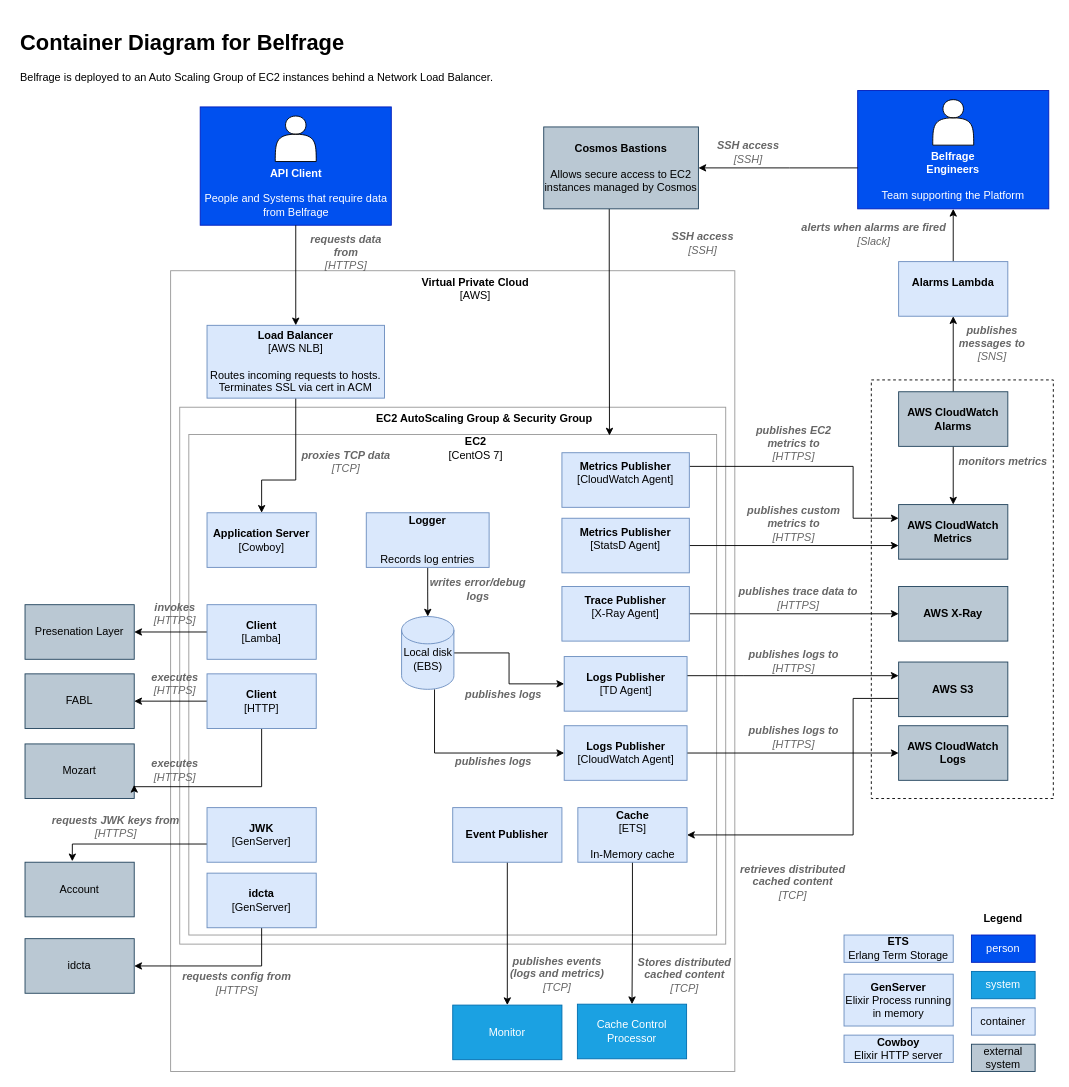
Earlier version of the draw.io diagram docs/source/architecture/c4-level-2.drawio (tracy-o/learning-day). Source tidied: cells renumbered, new cells numbered last; positions are measured from the earlier drawing's top-left corner, leaving out a move shared by most shapes. Both pictures are drawn from the tidied source at 91%, with x=0, y=0 at pixel (15, 25).
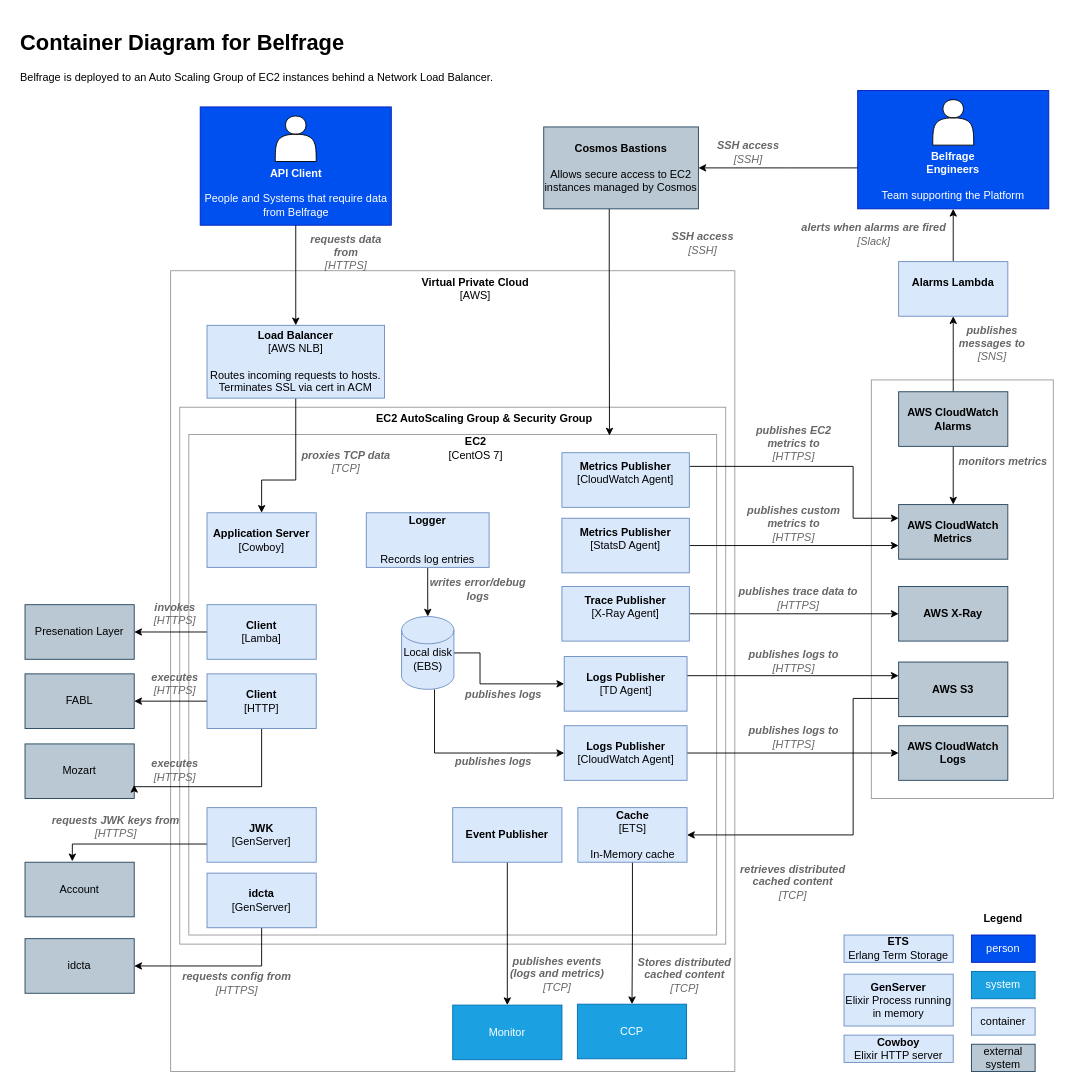
After the change.

Commit message (it also covers changes not shown here):
Correct CCP naming and add link to AWS on level1 C4 diagram

The change refers to these unchanged cells:
```xml
<mxCell id="21" value="&lt;br&gt;Local disk&lt;br&gt;(EBS)" style="shape=cylinder2;whiteSpace=wrap;html=1;boundedLbl=1;backgroundOutline=1;size=15;fillColor=#dae8fc;strokeColor=#6c8ebf;" parent="1" vertex="1">
  <mxGeometry x="423.8" y="650" width="57.5" height="80" as="geometry" />
</mxCell>
<mxCell id="33" value="&lt;b&gt;Logs Publisher&lt;/b&gt;&lt;br&gt;[TD Agent]" style="rounded=0;whiteSpace=wrap;html=1;fillColor=#dae8fc;strokeColor=#6c8ebf;" parent="1" vertex="1">
  <mxGeometry x="602.5" y="694" width="135" height="60" as="geometry" />
</mxCell>
```

Diff of the diagram source:
```diff
@@
-    <mxCell id="10" style="rounded=0;whiteSpace=wrap;html=1;fillColor=none;dashed=1;" parent="1" vertex="1">
+    <mxCell id="10" style="rounded=0;whiteSpace=wrap;html=1;fillColor=none;strokeColor=#999999;" parent="1" vertex="1">
       <mxGeometry x="940" y="390" width="200" height="460" as="geometry" />
     </mxCell>
@@
     <mxCell id="20" style="edgeStyle=orthogonalEdgeStyle;rounded=0;jettySize=auto;html=1;" parent="1" edge="1" source="21" target="33">
-      <mxGeometry relative="1" as="geometry" />
+      <mxGeometry relative="1" as="geometry">
+        <Array as="points">
+          <mxPoint x="510" y="690" />
+          <mxPoint x="510" y="724" />
+        </Array>
+      </mxGeometry>
     </mxCell>
@@
-    <mxCell id="83" value="Cache Control Processor" style="rounded=0;whiteSpace=wrap;html=1;fillColor=#1ba1e2;strokeColor=#006EAF;fontColor=#ffffff;" parent="1" vertex="1">
+    <mxCell id="83" value="CCP" style="rounded=0;whiteSpace=wrap;html=1;fillColor=#1ba1e2;strokeColor=#006EAF;fontColor=#ffffff;" parent="1" vertex="1">
       <mxGeometry x="617" y="1076" width="120" height="60" as="geometry" />
     </mxCell>
```
